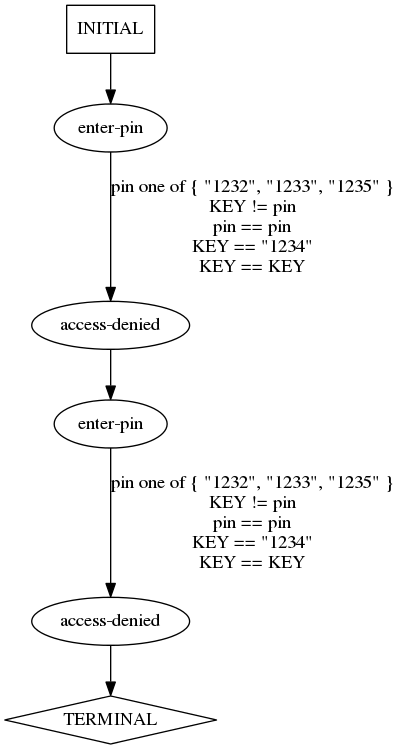
ModelInference/synoptic keeps this Graphviz diagram as traces/abstract/verify-pin/predicted-paths/verify-pin-test9.dot.png. Above is the earlier version. Its source is kept beside it as traces/abstract/verify-pin/predicted-paths/verify-pin-test9.dot. Its diagram source:
```dot
digraph {
  0 [label="access-denied"];
  1 [label="access-denied"];
  2 [label="enter-pin"];
  3 [label="enter-pin"];
  4 [label="TERMINAL",shape=diamond];
  5 [label="INITIAL",shape=box];
0->3 [label="",];
1->4 [label="",];
2->0 [label="pin one of { \"1232\", \"1233\", \"1235\" }\nKEY != pin\npin == pin\nKEY == \"1234\"\nKEY == KEY",];
3->1 [label="pin one of { \"1232\", \"1233\", \"1235\" }\nKEY != pin\npin == pin\nKEY == \"1234\"\nKEY == KEY",];
5->2 [label="",];
} // digraph {
```
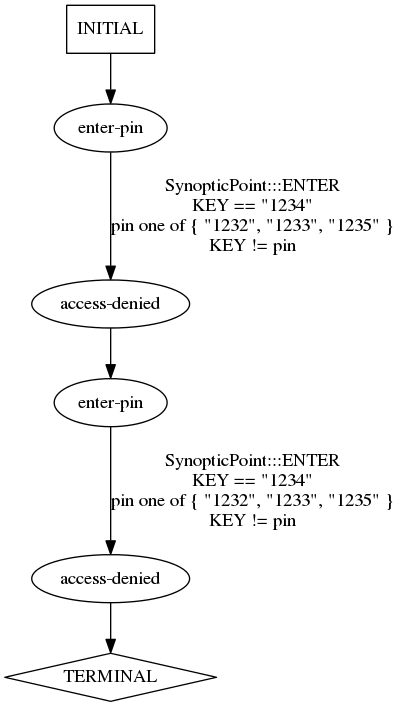
The same file after the commit.

Change to the diagram source:
```diff
@@ -7,7 +7,7 @@
   5 [label="INITIAL",shape=box];
 0->3 [label="",];
 1->4 [label="",];
-2->0 [label="pin one of { \"1232\", \"1233\", \"1235\" }\nKEY != pin\npin == pin\nKEY == \"1234\"\nKEY == KEY",];
-3->1 [label="pin one of { \"1232\", \"1233\", \"1235\" }\nKEY != pin\npin == pin\nKEY == \"1234\"\nKEY == KEY",];
+2->0 [label="SynopticPoint:::ENTER\nKEY == \"1234\"\npin one of { \"1232\", \"1233\", \"1235\" }\nKEY != pin\n",];
+3->1 [label="SynopticPoint:::ENTER\nKEY == \"1234\"\npin one of { \"1232\", \"1233\", \"1235\" }\nKEY != pin\n",];
 5->2 [label="",];
 } // digraph {
```
